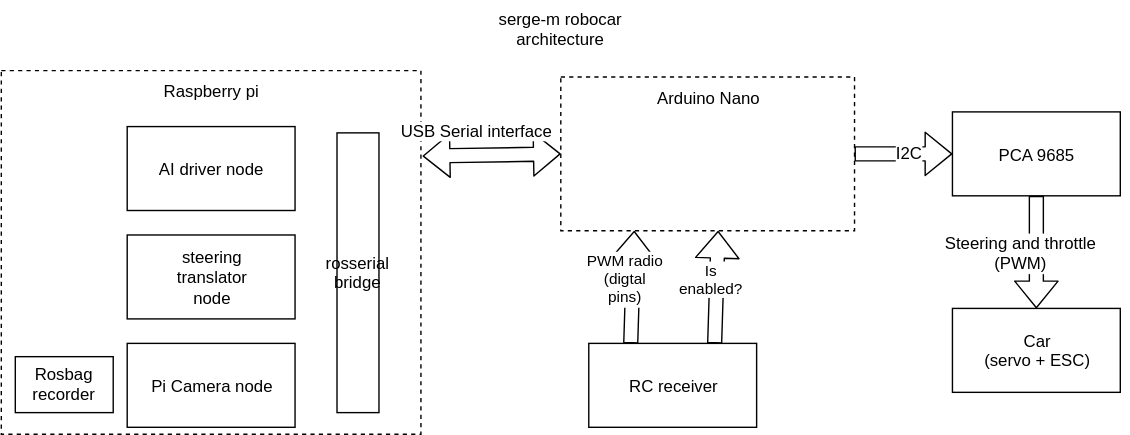
This is doc/img/sergem-robocar-diagram.svg from serge-m/sergem_robocar, a draw.io export, as it was before one commit. Source tidied: cells renumbered, new cells last; positions are measured from the earlier drawing's top-left corner, leaving out a move shared by most shapes. Its diagram source:
```xml
<mxGraphModel>
  <root>
    <mxCell id="0" />
    <mxCell id="1" parent="0" />
    <mxCell id="2" value="Raspberry pi" style="rounded=0;whiteSpace=wrap;html=1;verticalAlign=top;dashed=1;" parent="1" vertex="1">
      <mxGeometry y="50" width="300" height="260" as="geometry" />
    </mxCell>
    <mxCell id="3" value="Arduino Nano" style="rounded=0;whiteSpace=wrap;html=1;verticalAlign=top;dashed=1;" parent="1" vertex="1">
      <mxGeometry x="400" y="54.5" width="210" height="110" as="geometry" />
    </mxCell>
    <mxCell id="4" value="RC receiver" style="rounded=0;whiteSpace=wrap;html=1;" parent="1" vertex="1">
      <mxGeometry x="420" y="245" width="120" height="60" as="geometry" />
    </mxCell>
    <mxCell id="5" value="AI driver node" style="rounded=0;whiteSpace=wrap;html=1;" parent="1" vertex="1">
      <mxGeometry x="90" y="90" width="120" height="60" as="geometry" />
    </mxCell>
    <mxCell id="6" style="shape=flexArrow;endArrow=classic;startArrow=classic;html=1;entryX=0;entryY=0.5;entryDx=0;entryDy=0;exitX=1.004;exitY=0.235;exitDx=0;exitDy=0;exitPerimeter=0;" parent="1" edge="1" source="2" target="3">
      <mxGeometry relative="1" as="geometry" />
    </mxCell>
    <mxCell id="7" value="USB Serial interface" style="text;html=1;align=center;verticalAlign=middle;labelBackgroundColor=#ffffff;" parent="6" vertex="1">
      <mxGeometry x="0.12" y="-2" relative="1" as="geometry">
        <mxPoint x="-7.5" y="-19.5" as="offset" />
      </mxGeometry>
    </mxCell>
    <mxCell id="8" style="shape=flexArrow;endArrow=classic;startArrow=none;html=1;exitX=0.25;exitY=0;exitDx=0;exitDy=0;entryX=0.25;entryY=1;entryDx=0;entryDy=0;startFill=0;" parent="1" edge="1" source="4" target="3">
      <mxGeometry relative="1" as="geometry" />
    </mxCell>
    <mxCell id="9" value="&lt;div style=&quot;font-size: 11px&quot;&gt;&lt;font style=&quot;font-size: 11px&quot;&gt;PWM radio&lt;/font&gt;&lt;/div&gt;&lt;div style=&quot;font-size: 11px&quot;&gt;&lt;font style=&quot;font-size: 11px&quot;&gt;(digtal &lt;br&gt;&lt;/font&gt;&lt;/div&gt;&lt;div style=&quot;font-size: 11px&quot;&gt;&lt;font style=&quot;font-size: 11px&quot;&gt;pins)&lt;/font&gt;&lt;br&gt; &lt;/div&gt;" style="text;html=1;align=center;verticalAlign=middle;labelBackgroundColor=#ffffff;" parent="8" vertex="1">
      <mxGeometry x="0.15" y="1" relative="1" as="geometry" />
    </mxCell>
    <mxCell id="10" style="shape=flexArrow;endArrow=classic;startArrow=none;html=1;entryX=0.25;entryY=1;entryDx=0;entryDy=0;exitX=0.75;exitY=0;exitDx=0;exitDy=0;startFill=0;" parent="1" edge="1" source="4">
      <mxGeometry relative="1" as="geometry">
        <mxPoint x="512.5" y="164.5" as="targetPoint" />
      </mxGeometry>
    </mxCell>
    <mxCell id="11" value="&lt;div style=&quot;font-size: 11px&quot;&gt;&lt;font style=&quot;font-size: 11px&quot;&gt;Is &lt;br&gt;&lt;/font&gt;&lt;/div&gt;&lt;div style=&quot;font-size: 11px&quot;&gt;&lt;font style=&quot;font-size: 11px&quot;&gt;enabled?&lt;/font&gt;&lt;/div&gt;" style="text;html=1;align=center;verticalAlign=middle;labelBackgroundColor=#ffffff;" parent="10" vertex="1">
      <mxGeometry x="0.15" y="1" relative="1" as="geometry" />
    </mxCell>
    <mxCell id="12" value="PCA 9685" style="rounded=0;whiteSpace=wrap;html=1;" parent="1" vertex="1">
      <mxGeometry x="680" y="79.5" width="120" height="60" as="geometry" />
    </mxCell>
    <mxCell id="13" value="&lt;div&gt;Car &lt;br&gt;&lt;/div&gt;&lt;div&gt;(servo + ESC)&lt;br&gt;&lt;/div&gt;" style="rounded=0;whiteSpace=wrap;html=1;" parent="1" vertex="1">
      <mxGeometry x="680" y="220" width="120" height="60" as="geometry" />
    </mxCell>
    <mxCell id="14" style="shape=flexArrow;endArrow=classic;startArrow=none;html=1;entryX=0;entryY=0.5;entryDx=0;entryDy=0;exitX=1;exitY=0.5;exitDx=0;exitDy=0;startFill=0;" parent="1" edge="1" source="3" target="12">
      <mxGeometry relative="1" as="geometry" />
    </mxCell>
    <mxCell id="15" value="I2C" style="text;html=1;align=center;verticalAlign=middle;labelBackgroundColor=#ffffff;" parent="14" vertex="1">
      <mxGeometry x="0.15" y="1" relative="1" as="geometry" />
    </mxCell>
    <mxCell id="16" style="shape=flexArrow;endArrow=classic;startArrow=none;html=1;entryX=0.5;entryY=0;entryDx=0;entryDy=0;startFill=0;" parent="1" edge="1" source="12" target="13">
      <mxGeometry relative="1" as="geometry" />
    </mxCell>
    <mxCell id="17" value="&lt;div&gt;Steering and throttle&lt;/div&gt;&lt;div&gt;(PWM)&lt;br&gt;&lt;/div&gt;" style="text;html=1;align=center;verticalAlign=middle;labelBackgroundColor=#ffffff;" parent="16" vertex="1">
      <mxGeometry x="0.15" y="1" relative="1" as="geometry">
        <mxPoint x="-1" y="-5.5" as="offset" />
      </mxGeometry>
    </mxCell>
    <mxCell id="18" value="&lt;div&gt;&lt;span class=&quot;pl-s&quot;&gt;&lt;span class=&quot;pl-pds&quot;&gt;&lt;/span&gt;steering &lt;br&gt;&lt;/span&gt;&lt;/div&gt;&lt;div&gt;&lt;span class=&quot;pl-s&quot;&gt;translator &lt;br&gt;&lt;/span&gt;&lt;/div&gt;&lt;div&gt;&lt;span class=&quot;pl-s&quot;&gt;node&lt;span class=&quot;pl-pds&quot;&gt;&lt;/span&gt;&lt;/span&gt;&lt;/div&gt;" style="rounded=0;whiteSpace=wrap;html=1;" parent="1" vertex="1">
      <mxGeometry x="90" y="167.5" width="120" height="60" as="geometry" />
    </mxCell>
    <mxCell id="19" value="rosserial bridge" style="rounded=0;whiteSpace=wrap;html=1;" parent="1" vertex="1">
      <mxGeometry x="240" y="94.5" width="30" height="200" as="geometry" />
    </mxCell>
    <mxCell id="20" value="Pi Camera node" style="rounded=0;whiteSpace=wrap;html=1;" parent="1" vertex="1">
      <mxGeometry x="90" y="245" width="120" height="60" as="geometry" />
    </mxCell>
    <mxCell id="21" value="Rosbag recorder" style="rounded=0;whiteSpace=wrap;html=1;" parent="1" vertex="1">
      <mxGeometry x="10" y="254.5" width="70" height="40" as="geometry" />
    </mxCell>
    <mxCell id="22" value="&lt;div align=&quot;center&quot;&gt;serge-m robocar architecture&lt;br&gt;&lt;/div&gt;" style="text;html=1;strokeColor=none;fillColor=none;align=center;verticalAlign=middle;whiteSpace=wrap;rounded=0;" parent="1" vertex="1">
      <mxGeometry x="330" width="140" height="40" as="geometry" />
    </mxCell>
  </root>
</mxGraphModel>
```
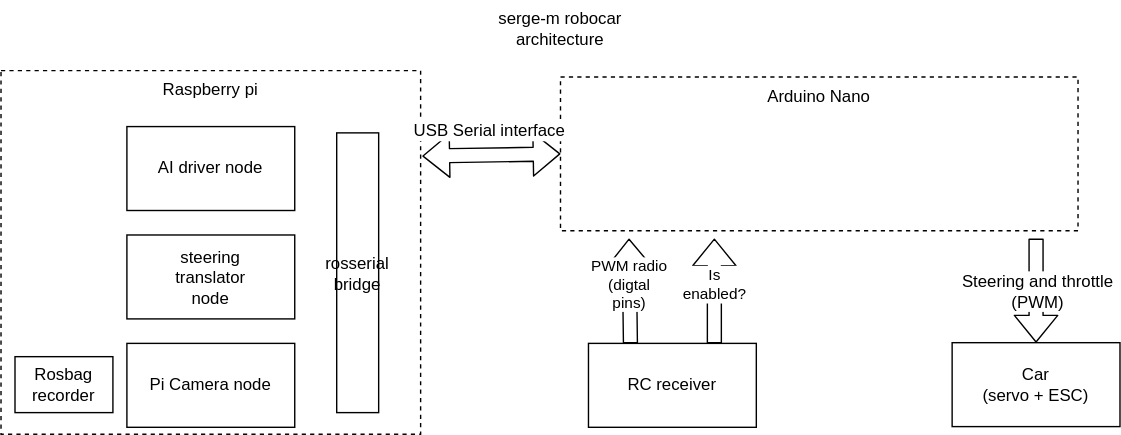
After the commit.

Change to the diagram source:
```diff
@@ -6,7 +6,7 @@
       <mxGeometry y="50" width="300" height="260" as="geometry" />
     </mxCell>
     <mxCell id="3" value="Arduino Nano" style="rounded=0;whiteSpace=wrap;html=1;verticalAlign=top;dashed=1;" parent="1" vertex="1">
-      <mxGeometry x="400" y="54.5" width="210" height="110" as="geometry" />
+      <mxGeometry x="400" y="54.5" width="370" height="110" as="geometry" />
     </mxCell>
     <mxCell id="4" value="RC receiver" style="rounded=0;whiteSpace=wrap;html=1;" parent="1" vertex="1">
       <mxGeometry x="420" y="245" width="120" height="60" as="geometry" />
@@ -22,34 +22,29 @@
         <mxPoint x="-7.5" y="-19.5" as="offset" />
       </mxGeometry>
     </mxCell>
-    <mxCell id="8" style="shape=flexArrow;endArrow=classic;startArrow=none;html=1;exitX=0.25;exitY=0;exitDx=0;exitDy=0;entryX=0.25;entryY=1;entryDx=0;entryDy=0;startFill=0;" parent="1" edge="1" source="4" target="3">
-      <mxGeometry relative="1" as="geometry" />
+    <mxCell id="8" style="shape=flexArrow;endArrow=classic;startArrow=none;html=1;exitX=0.25;exitY=0;exitDx=0;exitDy=0;startFill=0;" parent="1" edge="1" source="4">
+      <mxGeometry relative="1" as="geometry">
+        <mxPoint x="449" y="170" as="targetPoint" />
+      </mxGeometry>
     </mxCell>
     <mxCell id="9" value="&lt;div style=&quot;font-size: 11px&quot;&gt;&lt;font style=&quot;font-size: 11px&quot;&gt;PWM radio&lt;/font&gt;&lt;/div&gt;&lt;div style=&quot;font-size: 11px&quot;&gt;&lt;font style=&quot;font-size: 11px&quot;&gt;(digtal &lt;br&gt;&lt;/font&gt;&lt;/div&gt;&lt;div style=&quot;font-size: 11px&quot;&gt;&lt;font style=&quot;font-size: 11px&quot;&gt;pins)&lt;/font&gt;&lt;br&gt; &lt;/div&gt;" style="text;html=1;align=center;verticalAlign=middle;labelBackgroundColor=#ffffff;" parent="8" vertex="1">
       <mxGeometry x="0.15" y="1" relative="1" as="geometry" />
     </mxCell>
-    <mxCell id="10" style="shape=flexArrow;endArrow=classic;startArrow=none;html=1;entryX=0.25;entryY=1;entryDx=0;entryDy=0;exitX=0.75;exitY=0;exitDx=0;exitDy=0;startFill=0;" parent="1" edge="1" source="4">
+    <mxCell id="10" style="shape=flexArrow;endArrow=classic;startArrow=none;html=1;exitX=0.75;exitY=0;exitDx=0;exitDy=0;startFill=0;" parent="1" edge="1" source="4">
       <mxGeometry relative="1" as="geometry">
-        <mxPoint x="512.5" y="164.5" as="targetPoint" />
+        <mxPoint x="510" y="170" as="targetPoint" />
       </mxGeometry>
     </mxCell>
     <mxCell id="11" value="&lt;div style=&quot;font-size: 11px&quot;&gt;&lt;font style=&quot;font-size: 11px&quot;&gt;Is &lt;br&gt;&lt;/font&gt;&lt;/div&gt;&lt;div style=&quot;font-size: 11px&quot;&gt;&lt;font style=&quot;font-size: 11px&quot;&gt;enabled?&lt;/font&gt;&lt;/div&gt;" style="text;html=1;align=center;verticalAlign=middle;labelBackgroundColor=#ffffff;" parent="10" vertex="1">
       <mxGeometry x="0.15" y="1" relative="1" as="geometry" />
     </mxCell>
-    <mxCell id="12" value="PCA 9685" style="rounded=0;whiteSpace=wrap;html=1;" parent="1" vertex="1">
-      <mxGeometry x="680" y="79.5" width="120" height="60" as="geometry" />
-    </mxCell>
     <mxCell id="13" value="&lt;div&gt;Car &lt;br&gt;&lt;/div&gt;&lt;div&gt;(servo + ESC)&lt;br&gt;&lt;/div&gt;" style="rounded=0;whiteSpace=wrap;html=1;" parent="1" vertex="1">
-      <mxGeometry x="680" y="220" width="120" height="60" as="geometry" />
+      <mxGeometry x="680" y="244.5" width="120" height="60" as="geometry" />
     </mxCell>
-    <mxCell id="14" style="shape=flexArrow;endArrow=classic;startArrow=none;html=1;entryX=0;entryY=0.5;entryDx=0;entryDy=0;exitX=1;exitY=0.5;exitDx=0;exitDy=0;startFill=0;" parent="1" edge="1" source="3" target="12">
-      <mxGeometry relative="1" as="geometry" />
-    </mxCell>
-    <mxCell id="15" value="I2C" style="text;html=1;align=center;verticalAlign=middle;labelBackgroundColor=#ffffff;" parent="14" vertex="1">
-      <mxGeometry x="0.15" y="1" relative="1" as="geometry" />
-    </mxCell>
-    <mxCell id="16" style="shape=flexArrow;endArrow=classic;startArrow=none;html=1;entryX=0.5;entryY=0;entryDx=0;entryDy=0;startFill=0;" parent="1" edge="1" source="12" target="13">
-      <mxGeometry relative="1" as="geometry" />
+    <mxCell id="16" style="shape=flexArrow;endArrow=classic;startArrow=none;html=1;entryX=0.5;entryY=0;entryDx=0;entryDy=0;startFill=0;" parent="1" edge="1" target="13">
+      <mxGeometry relative="1" as="geometry">
+        <mxPoint x="740" y="170" as="sourcePoint" />
+      </mxGeometry>
     </mxCell>
     <mxCell id="17" value="&lt;div&gt;Steering and throttle&lt;/div&gt;&lt;div&gt;(PWM)&lt;br&gt;&lt;/div&gt;" style="text;html=1;align=center;verticalAlign=middle;labelBackgroundColor=#ffffff;" parent="16" vertex="1">
       <mxGeometry x="0.15" y="1" relative="1" as="geometry">
```
